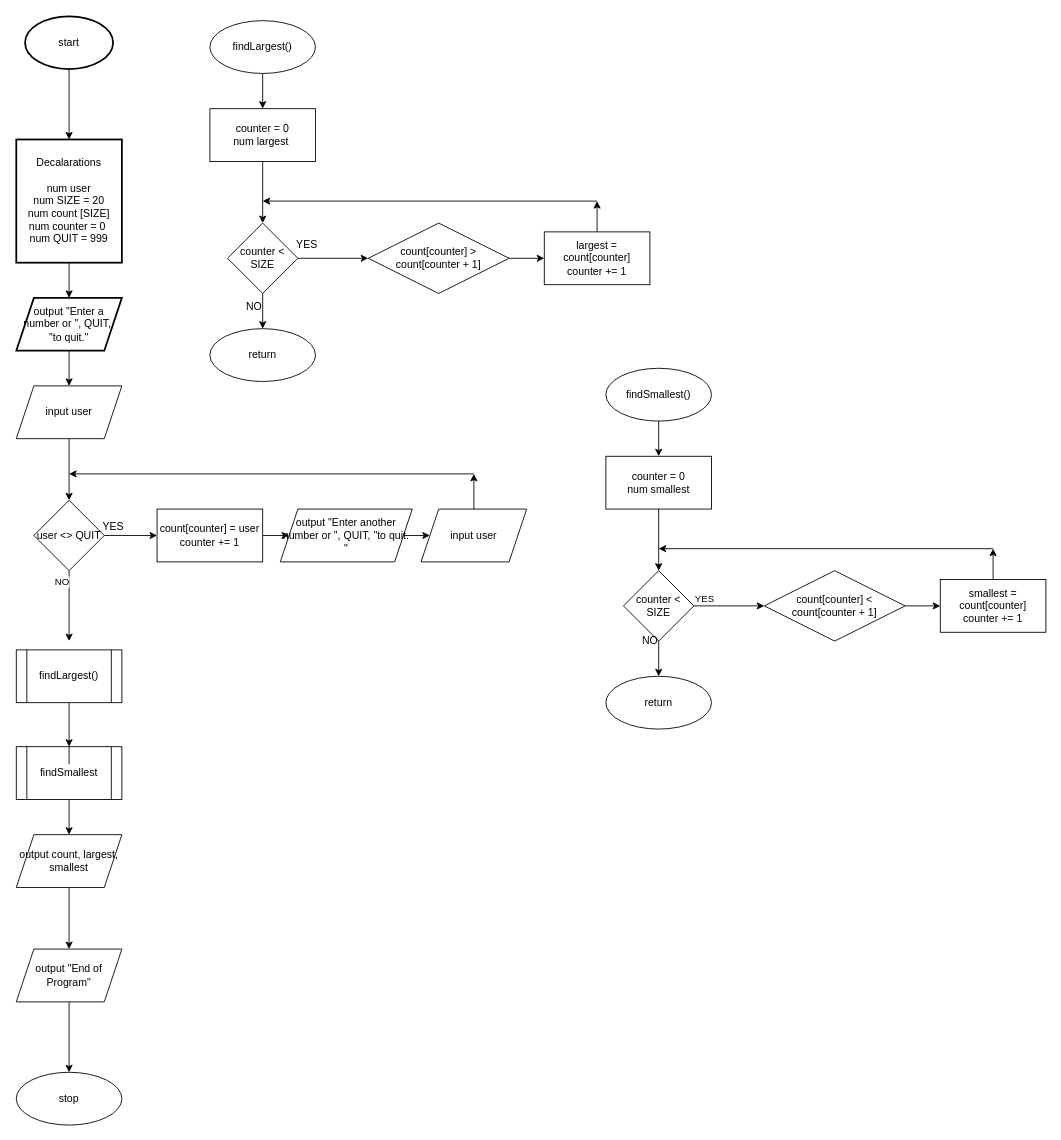
The draw.io diagram Problem Solving/20num.drawio in sweetrellish/python_work1, before the edit. Source tidied: cells renumbered, new cells numbered last; positions are measured from the earlier drawing's top-left corner, leaving out a move shared by most shapes. Both pictures are drawn from the tidied source at 88%, with x=0, y=0 at pixel (16, 16).
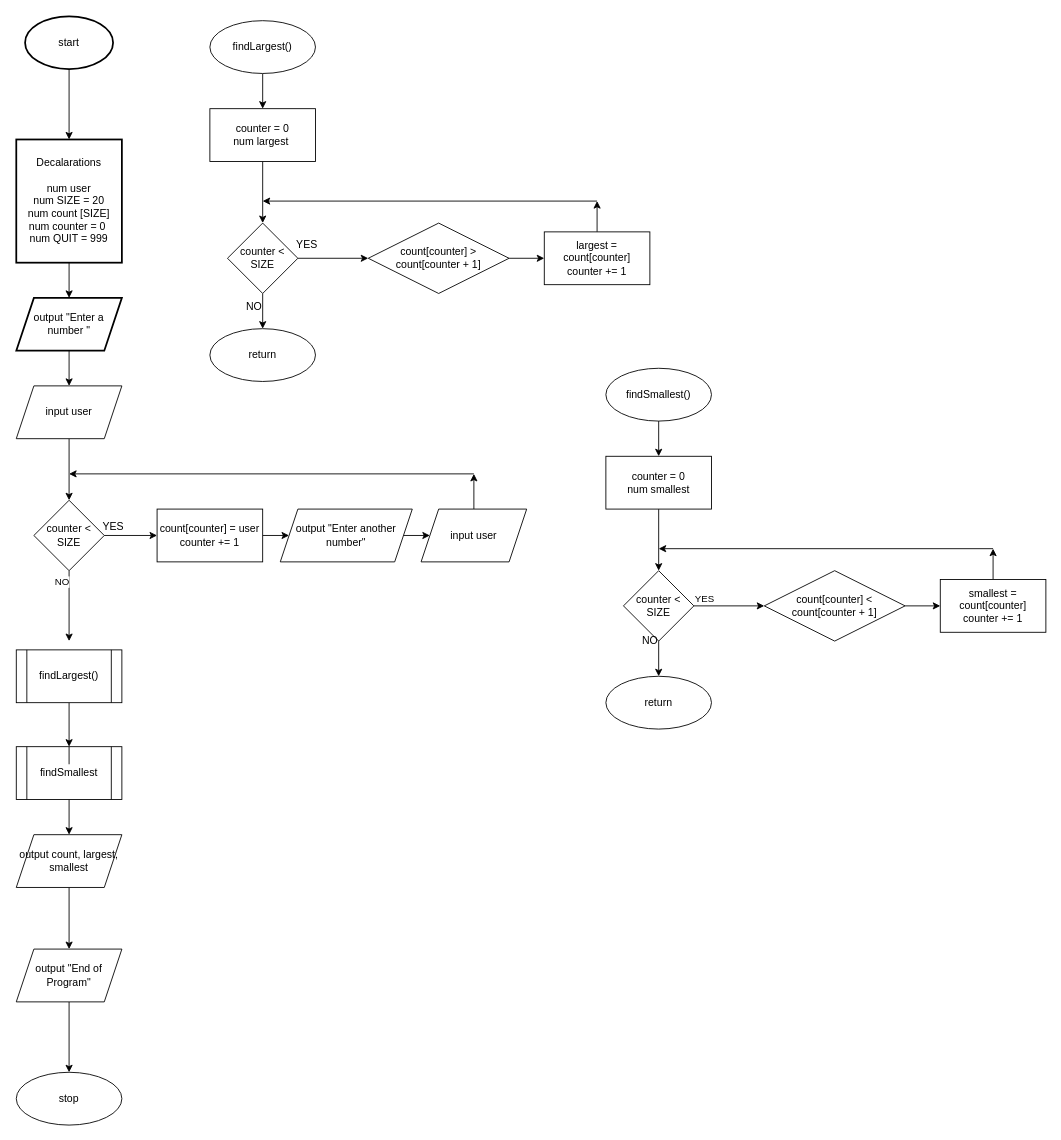
The same diagram, later.

What changed in the source:
```diff
@@
-    <mxCell id="7" value="output &quot;Enter a number or &quot;, QUIT,, &quot;to quit.&quot;" style="shape=parallelogram;perimeter=parallelogramPerimeter;whiteSpace=wrap;html=1;fixedSize=1;strokeWidth=2;" parent="1" vertex="1">
+    <mxCell id="7" value="output &quot;Enter a number &quot;" style="shape=parallelogram;perimeter=parallelogramPerimeter;whiteSpace=wrap;html=1;fixedSize=1;strokeWidth=2;" parent="1" vertex="1">
       <mxGeometry y="320" width="120" height="60" as="geometry" />
     </mxCell>
@@
-    <mxCell id="13" value="user &amp;lt;&amp;gt; QUIT" style="rhombus;whiteSpace=wrap;html=1;" parent="1" vertex="1">
+    <mxCell id="13" value="counter &amp;lt; SIZE" style="rhombus;whiteSpace=wrap;html=1;" parent="1" vertex="1">
       <mxGeometry x="20" y="550" width="80" height="80" as="geometry" />
     </mxCell>
@@
-    <mxCell id="18" value="output &quot;Enter another number or &quot;, QUIT, &quot;to quit. &quot;" style="shape=parallelogram;perimeter=parallelogramPerimeter;whiteSpace=wrap;html=1;fixedSize=1;" parent="1" vertex="1">
+    <mxCell id="18" value="output &quot;Enter another number&quot;" style="shape=parallelogram;perimeter=parallelogramPerimeter;whiteSpace=wrap;html=1;fixedSize=1;" parent="1" vertex="1">
       <mxGeometry x="300" y="560" width="150" height="60" as="geometry" />
     </mxCell>
```
